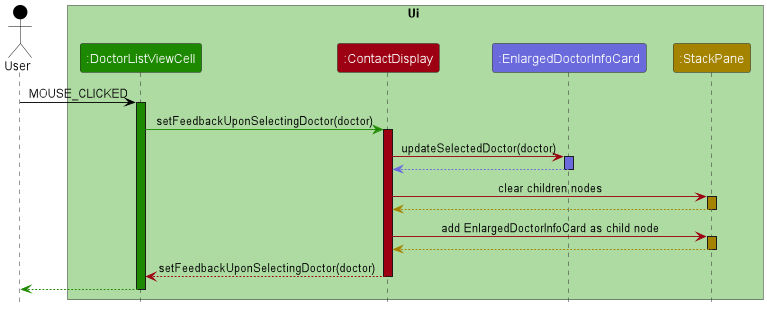
Before: docs/images/UserClickDoctorCardSequenceDiagram.png, a diagram exported from PlantUML (nus-cs2103-AY2223S2/tp).
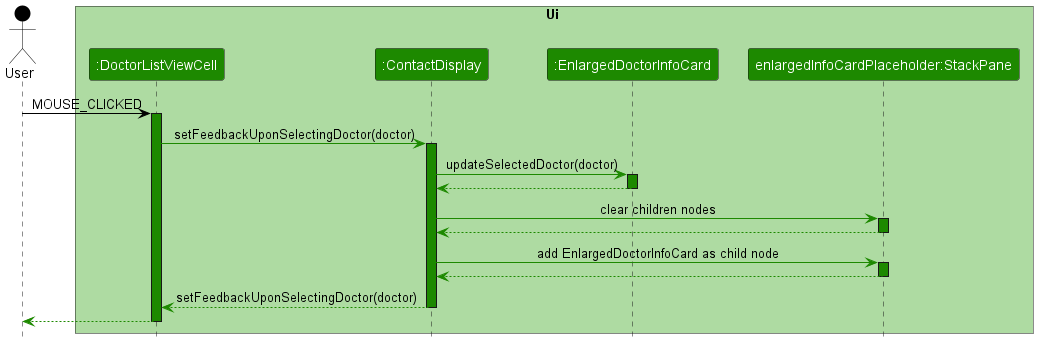
After the change.

What changed in the source:
```diff
@@ -4,37 +4,37 @@
 Actor User as user USER_COLOR
 box Ui UI_COLOR_T0
 Participant ":DoctorListViewCell" as doctorListViewCell UI_COLOR
-Participant ":ContactDisplay" as contactDisplay MODEL_COLOR
-Participant ":EnlargedDoctorInfoCard" as enlargedDoctorInfoCard LOGIC_COLOR_T2
-Participant ":StackPane" as enlargedPersonInfoCardPlaceholder STORAGE_COLOR
+Participant ":ContactDisplay" as contactDisplay UI_COLOR
+Participant ":EnlargedDoctorInfoCard" as enlargedDoctorInfoCard UI_COLOR
+Participant "enlargedInfoCardPlaceholder:StackPane" as enlargedPersonInfoCardPlaceholder UI_COLOR
 end box
 
 user -[USER_COLOR]> doctorListViewCell : MOUSE_CLICKED
 activate doctorListViewCell UI_COLOR
 
 doctorListViewCell -[UI_COLOR]> contactDisplay : setFeedbackUponSelectingDoctor(doctor)
-activate contactDisplay MODEL_COLOR
+activate contactDisplay UI_COLOR
 
-contactDisplay -[MODEL_COLOR]> enlargedDoctorInfoCard : updateSelectedDoctor(doctor)
-activate enlargedDoctorInfoCard LOGIC_COLOR_T2
+contactDisplay -[UI_COLOR]> enlargedDoctorInfoCard : updateSelectedDoctor(doctor)
+activate enlargedDoctorInfoCard UI_COLOR
 
-enlargedDoctorInfoCard --[LOGIC_COLOR_T2]> contactDisplay
-deactivate enlargedDoctorInfoCard LOGIC_COLOR_T2
+enlargedDoctorInfoCard --[UI_COLOR]> contactDisplay
+deactivate enlargedDoctorInfoCard UI_COLOR
 
-contactDisplay -[MODEL_COLOR]> enlargedPersonInfoCardPlaceholder : clear children nodes
-activate enlargedPersonInfoCardPlaceholder STORAGE_COLOR
+contactDisplay -[UI_COLOR]> enlargedPersonInfoCardPlaceholder : clear children nodes
+activate enlargedPersonInfoCardPlaceholder UI_COLOR
 
-enlargedPersonInfoCardPlaceholder --[STORAGE_COLOR]> contactDisplay
-deactivate enlargedPersonInfoCardPlaceholder STORAGE_COLOR
+enlargedPersonInfoCardPlaceholder --[UI_COLOR]> contactDisplay
+deactivate enlargedPersonInfoCardPlaceholder UI_COLOR
 
-contactDisplay -[MODEL_COLOR]> enlargedPersonInfoCardPlaceholder : add EnlargedDoctorInfoCard as child node
-activate enlargedPersonInfoCardPlaceholder STORAGE_COLOR
+contactDisplay -[UI_COLOR]> enlargedPersonInfoCardPlaceholder : add EnlargedDoctorInfoCard as child node
+activate enlargedPersonInfoCardPlaceholder UI_COLOR
 
-enlargedPersonInfoCardPlaceholder --[STORAGE_COLOR]> contactDisplay
-deactivate enlargedPersonInfoCardPlaceholder STORAGE_COLOR
+enlargedPersonInfoCardPlaceholder --[UI_COLOR]> contactDisplay
+deactivate enlargedPersonInfoCardPlaceholder UI_COLOR
 
-contactDisplay --[MODEL_COLOR]> doctorListViewCell : setFeedbackUponSelectingDoctor(doctor)
-deactivate contactDisplay MODEL_COLOR
+contactDisplay --[UI_COLOR]> doctorListViewCell : setFeedbackUponSelectingDoctor(doctor)
+deactivate contactDisplay UI_COLOR
 
 doctorListViewCell--[UI_COLOR]> user
 deactivate doctorListViewCell
```
